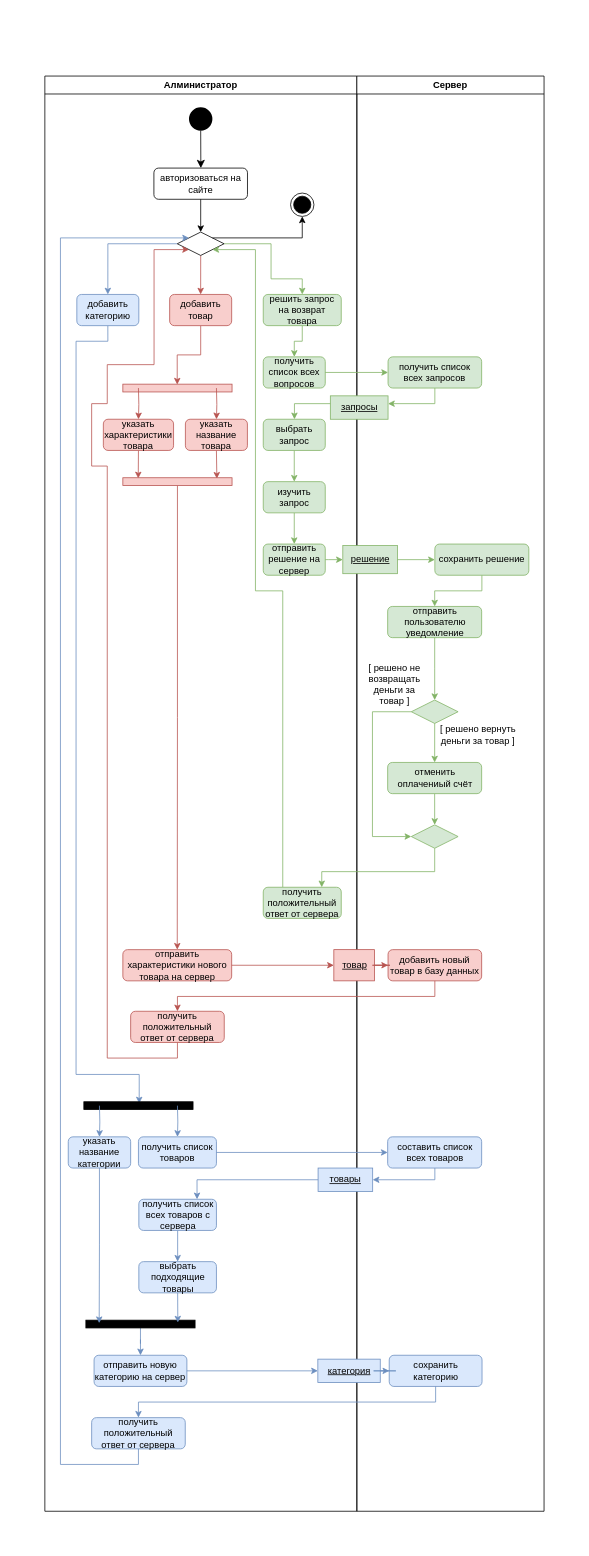
Before: activity_2.drawio in randomunrandom/MSS, a draw.io diagram. Source tidied: cells renumbered, new cells numbered last; positions are measured from the earlier drawing's top-left corner, leaving out a move shared by most shapes. Both pictures are drawn from the tidied source at 78%, with x=0, y=0 at pixel (44, 76).
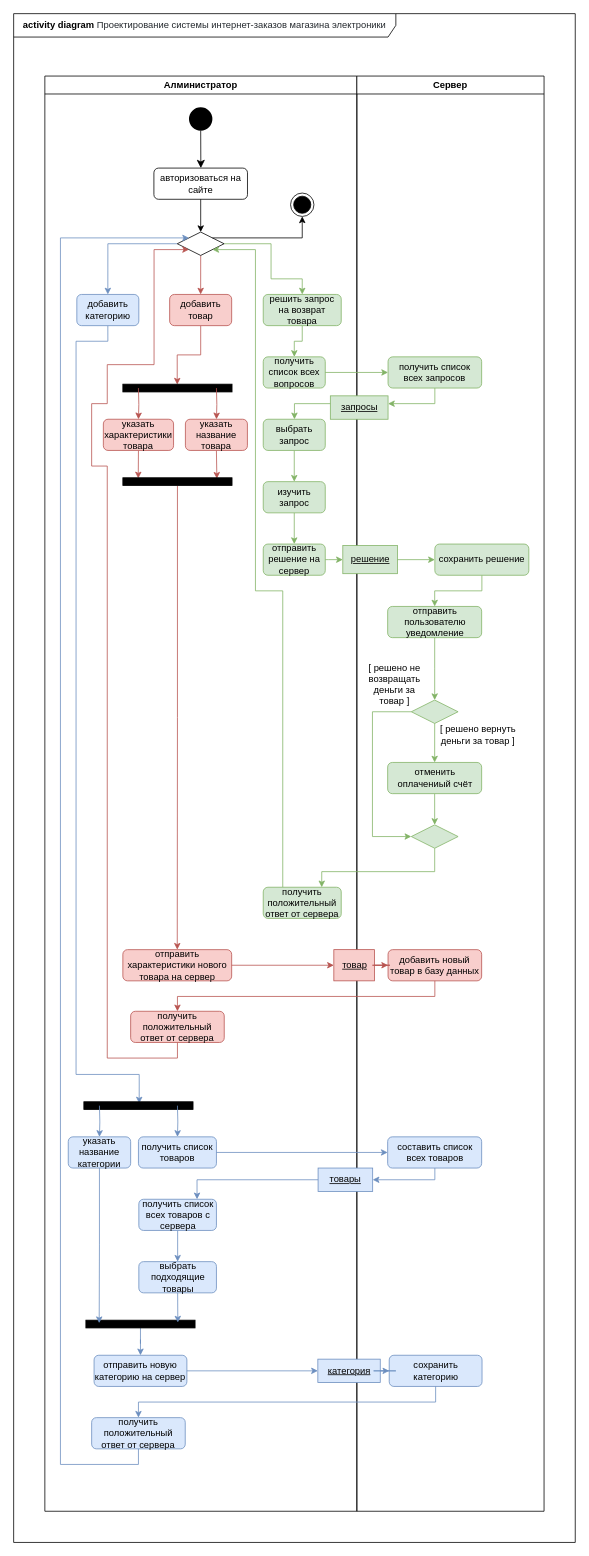
The same page after the edit.

Unchanged cells that the change refers to:
```xml
<mxCell id="2" value="Алминистратор" style="swimlane;whiteSpace=wrap;" parent="1" vertex="1">
  <mxGeometry width="400" height="1840" as="geometry" />
</mxCell>
```

The edit, as a diff of the source:
```diff
@@
+    <mxCell id="92" value="&lt;b&gt;activity diagram&lt;/b&gt;&amp;nbsp;&lt;span style=&quot;color: rgb(36 , 41 , 46) ; font-family: , &amp;#34;consolas&amp;#34; , &amp;#34;liberation mono&amp;#34; , &amp;#34;menlo&amp;#34; , monospace ; white-space: pre ; background-color: rgb(255 , 255 , 255)&quot;&gt;Проектирование системы интернет-заказов магазина электроники&lt;/span&gt;" style="shape=umlFrame;whiteSpace=wrap;html=1;strokeColor=#000000;width=490;height=30;" parent="1" vertex="1">
+      <mxGeometry x="-40" y="-80" width="720" height="1960" as="geometry" />
+    </mxCell>
@@
-    <mxCell id="25" style="html=1;points=[];perimeter=orthogonalPerimeter;rotation=90;fillColor=#f8cecc;strokeColor=#b85450;" parent="2" vertex="1">
+    <mxCell id="25" style="html=1;points=[];perimeter=orthogonalPerimeter;rotation=90;fillColor=#000000;" parent="2" vertex="1">
       <mxGeometry x="165" y="330" width="10" height="140" as="geometry" />
     </mxCell>
@@
-    <mxCell id="33" style="html=1;points=[];perimeter=orthogonalPerimeter;rotation=90;fillColor=#f8cecc;strokeColor=#b85450;" parent="2" vertex="1">
+    <mxCell id="33" style="html=1;points=[];perimeter=orthogonalPerimeter;rotation=90;fillColor=#000000;" parent="2" vertex="1">
       <mxGeometry x="165" y="450" width="10" height="140" as="geometry" />
     </mxCell>
```
